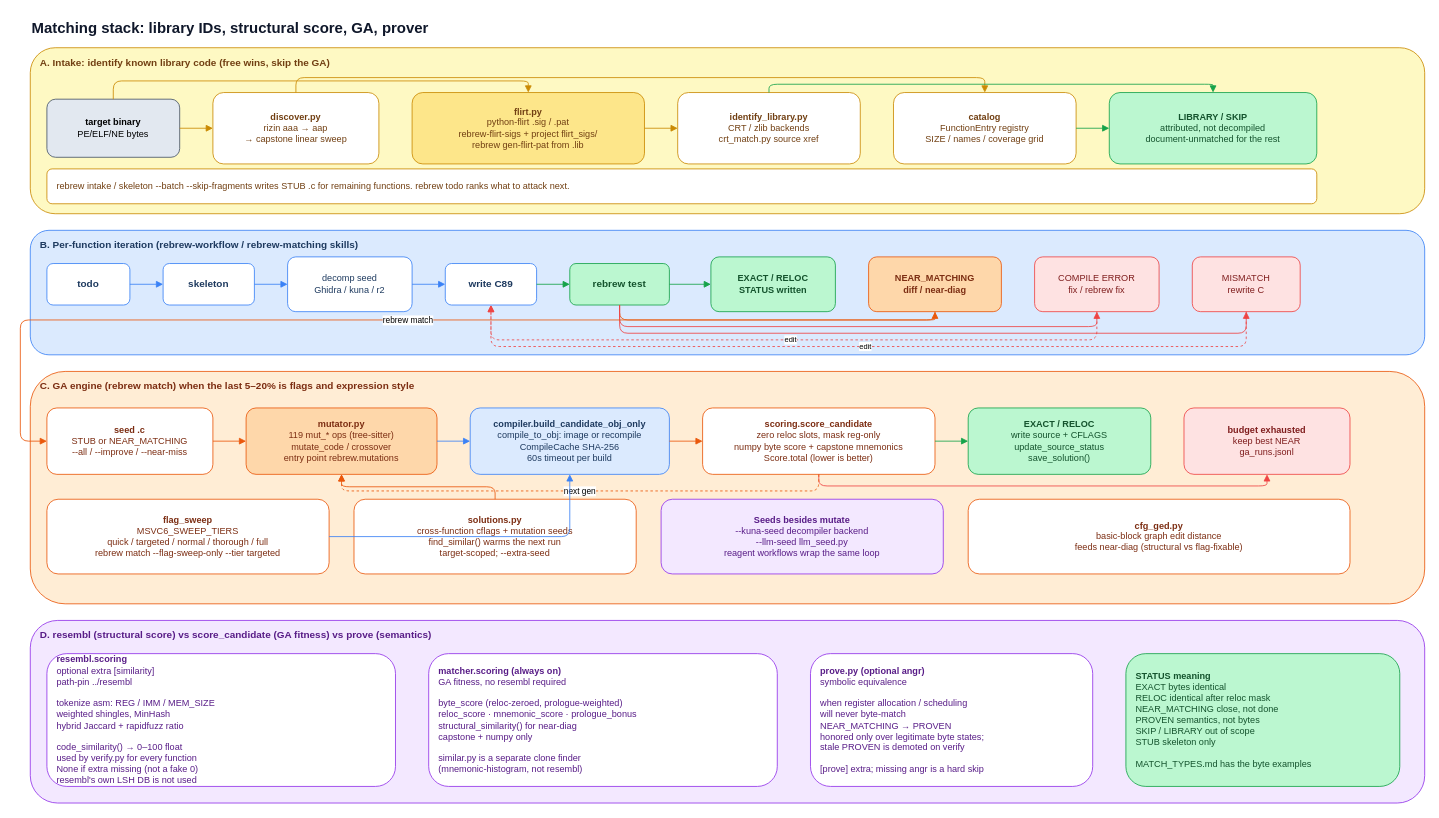
maci0/rebrew keeps this draw.io diagram as page "4. FLIRT, resembl, GA" (4 of 9) of docs/architecture.drawio. Above is the earlier version. Source tidied: cells renumbered, new cells numbered last; positions are measured from the earlier drawing's top-left corner, leaving out a move shared by most shapes. Both pictures are drawn from the tidied source at 83%, with x=0, y=0 at pixel (20, 14).
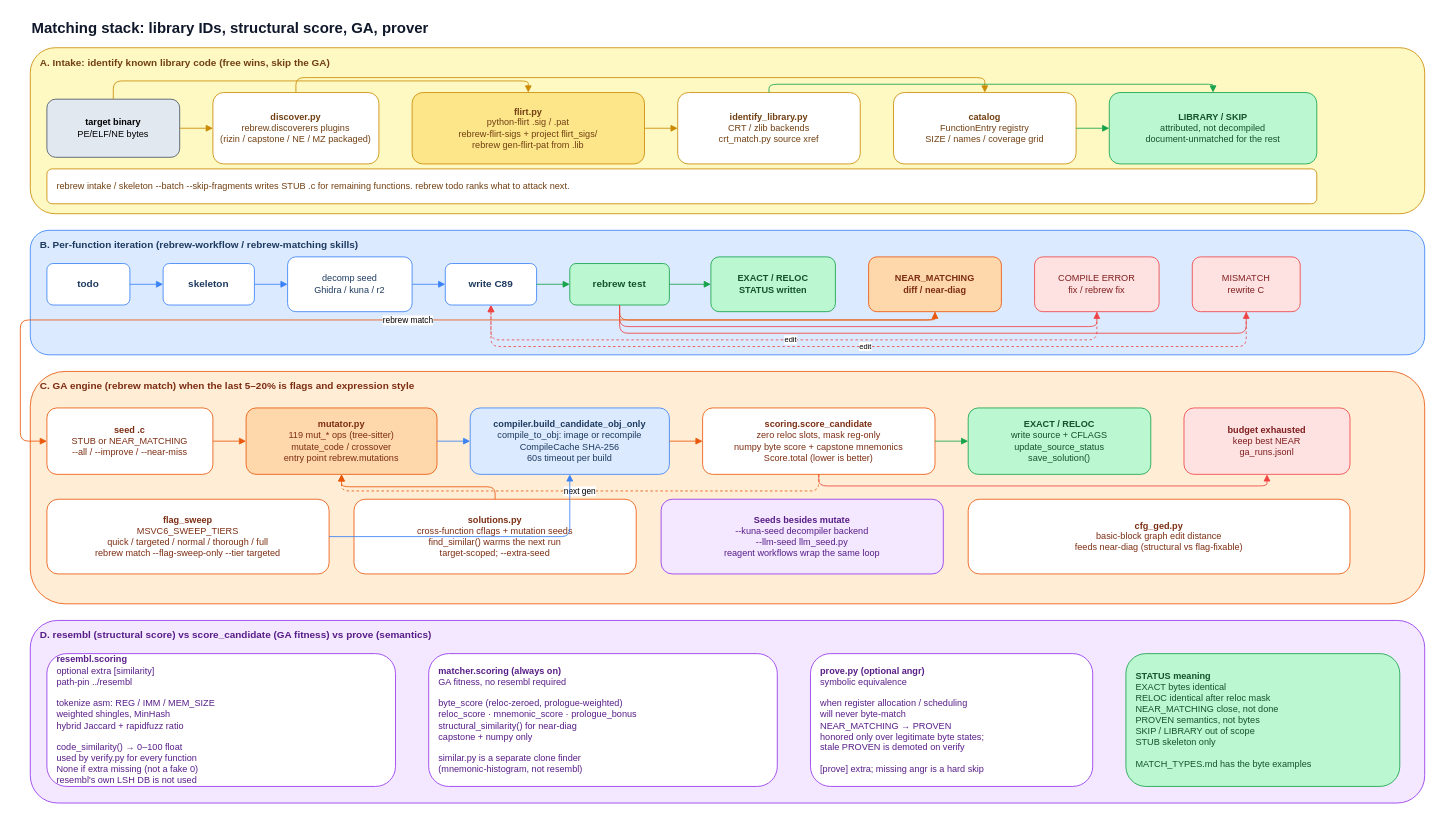
The same page after the edit.

What changed in the source:
```diff
@@
-    <mxCell id="5" value="&lt;b&gt;discover.py&lt;/b&gt;&lt;br&gt;rizin aaa → aap&lt;br&gt;→ capstone linear sweep" style="rounded=1;whiteSpace=wrap;html=1;fillColor=#ffffff;strokeColor=#ca8a04;fontColor=#713f12;align=center;fontSize=11;" parent="1" vertex="1">
+    <mxCell id="5" value="&lt;b&gt;discover.py&lt;/b&gt;&lt;br&gt;rebrew.discoverers plugins&lt;br&gt;(rizin / capstone / NE / MZ packaged)" style="rounded=1;whiteSpace=wrap;html=1;fillColor=#ffffff;strokeColor=#ca8a04;fontColor=#713f12;align=center;fontSize=11;" parent="1" vertex="1">
       <mxGeometry x="232" y="94" width="200" height="86" as="geometry" />
     </mxCell>
```
